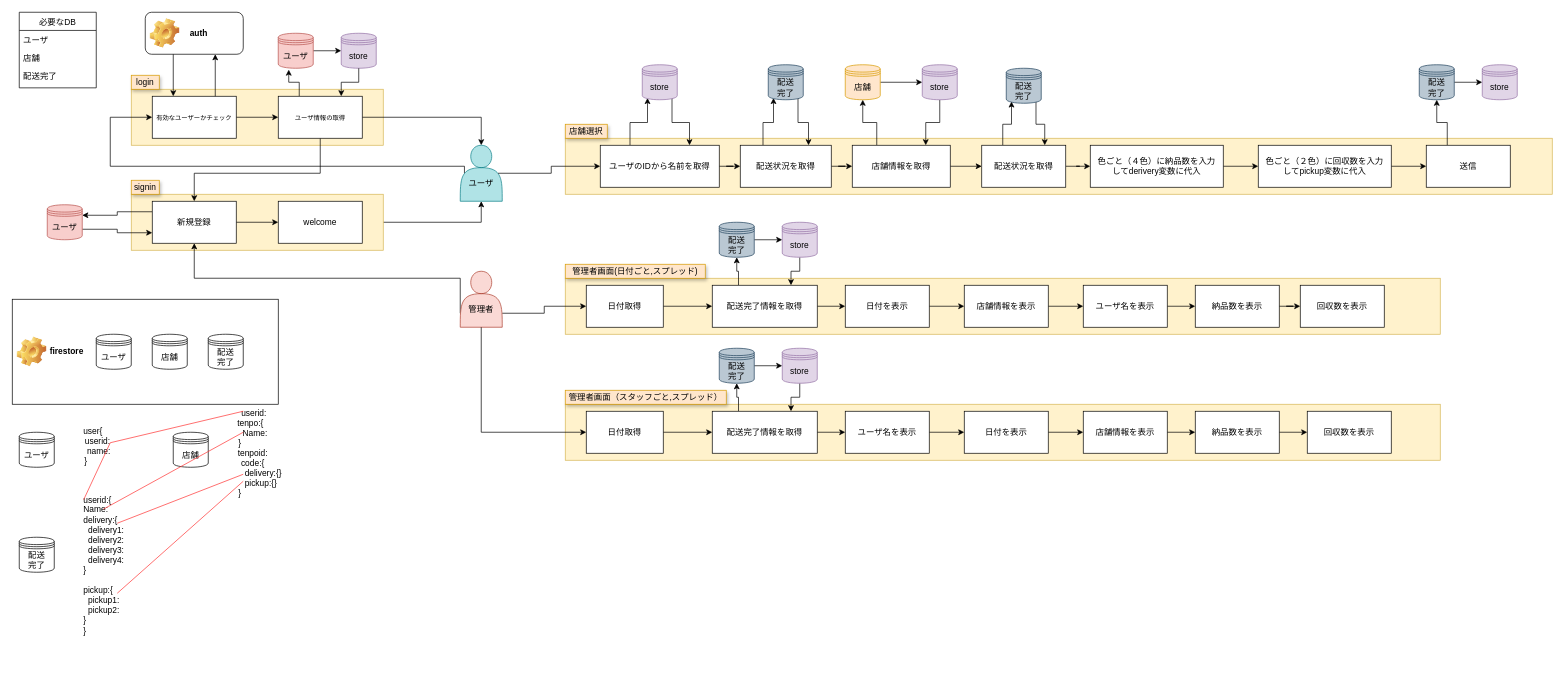
Earlier version of the draw.io diagram 配送webapp.drawio (ryudai-kana/webapp-draw). Source tidied: cells renumbered, new cells numbered last; positions are measured from the earlier drawing's top-left corner, leaving out a move shared by most shapes. Both pictures are drawn from the tidied source at 70%, with x=0, y=0 at pixel (12, 12).
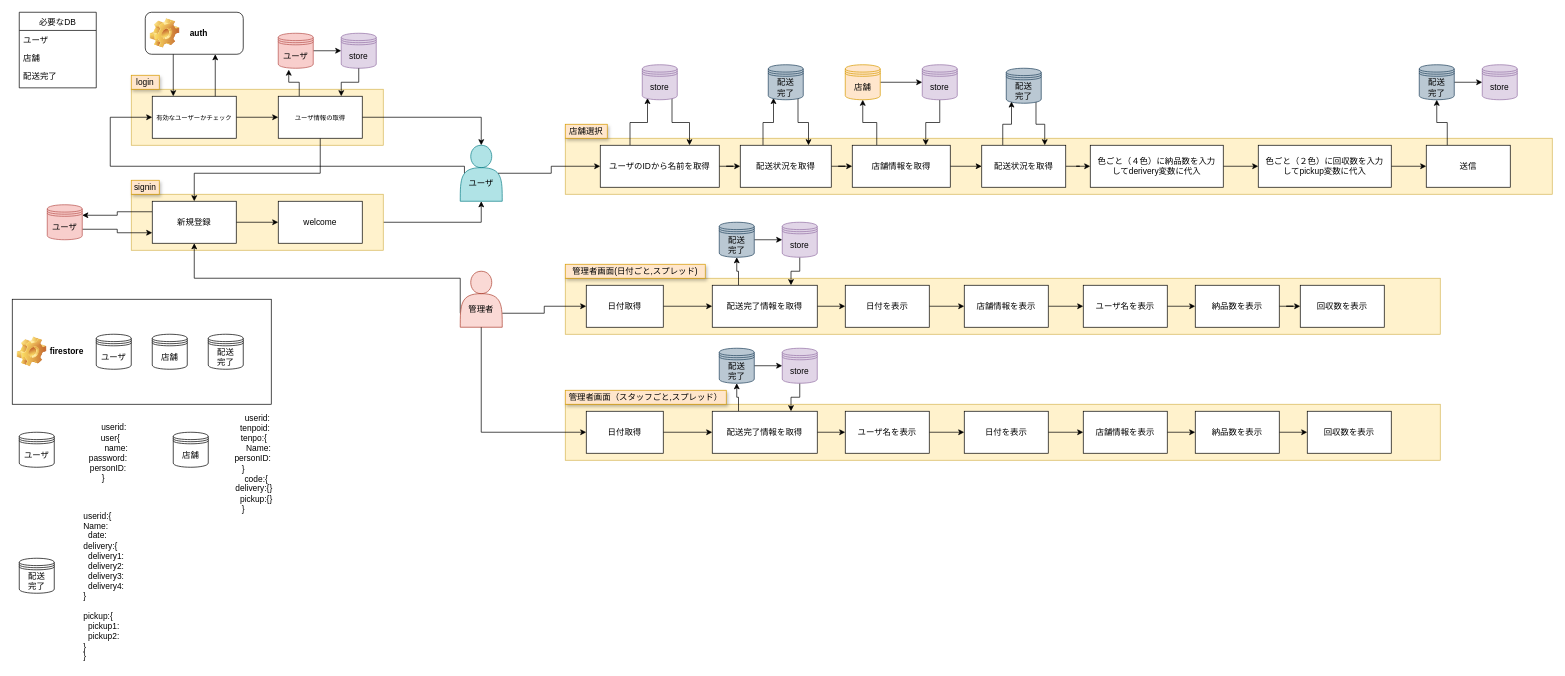
Above is the later version.

Commit message:
配送webapp.drawio を更新します

Diff of the diagram source:
```diff
@@
     <mxCell id="48" value="firestore" style="label;whiteSpace=wrap;html=1;image=img/clipart/Gear_128x128.png;rounded=0;sketch=0;" parent="1" vertex="1">
-      <mxGeometry y="410" width="380" height="150" as="geometry" />
+      <mxGeometry y="410" width="370" height="150" as="geometry" />
     </mxCell>
@@
-    <mxCell id="80" value="&amp;nbsp; &amp;nbsp; &amp;nbsp; user{&lt;br&gt;&amp;nbsp; &amp;nbsp; &amp;nbsp; &amp;nbsp; &amp;nbsp; userid:&lt;br&gt;&amp;nbsp; &amp;nbsp; &amp;nbsp; &amp;nbsp; &amp;nbsp; &amp;nbsp;name:&lt;br&gt;}" style="text;html=1;align=center;verticalAlign=middle;" parent="1" vertex="1">
-      <mxGeometry x="60" y="590" width="90" height="60" as="geometry" />
+    <mxCell id="80" value="&amp;nbsp; &amp;nbsp; &amp;nbsp; &amp;nbsp; &amp;nbsp; &amp;nbsp; &amp;nbsp; &amp;nbsp;userid: &amp;nbsp; &amp;nbsp; &amp;nbsp;&lt;br&gt;&amp;nbsp; &amp;nbsp; &amp;nbsp; user{&lt;br&gt;&amp;nbsp; &amp;nbsp; &amp;nbsp; &amp;nbsp; &amp;nbsp; &amp;nbsp;name:&lt;br&gt;&amp;nbsp; &amp;nbsp; password:&lt;br&gt;&amp;nbsp; &amp;nbsp; personID:&lt;br&gt;}" style="text;html=1;align=center;verticalAlign=middle;" parent="1" vertex="1">
+      <mxGeometry x="70" y="585" width="120" height="90" as="geometry" />
     </mxCell>
@@
-    <mxCell id="82" value="&amp;nbsp; &amp;nbsp; &amp;nbsp; &amp;nbsp; &amp;nbsp; &amp;nbsp; &amp;nbsp; &amp;nbsp; &amp;nbsp;userid: &amp;nbsp; &amp;nbsp;&amp;nbsp;&lt;br&gt;&amp;nbsp; &amp;nbsp; &amp;nbsp; &amp;nbsp; &amp;nbsp;tenpo:{&lt;br&gt;&amp;nbsp; &amp;nbsp; &amp;nbsp; &amp;nbsp; &amp;nbsp; &amp;nbsp; &amp;nbsp;Name:&lt;br&gt;}&lt;br&gt;&amp;nbsp; &amp;nbsp; &amp;nbsp; &amp;nbsp; &amp;nbsp; &amp;nbsp;tenpoid:&lt;br&gt;&amp;nbsp; &amp;nbsp; &amp;nbsp; &amp;nbsp; &amp;nbsp; &amp;nbsp;code:{&lt;br&gt;&amp;nbsp; &amp;nbsp; &amp;nbsp; &amp;nbsp; &amp;nbsp; &amp;nbsp; &amp;nbsp; &amp;nbsp; &amp;nbsp; &amp;nbsp; delivery:{}&lt;br&gt;&amp;nbsp; &amp;nbsp; &amp;nbsp; &amp;nbsp; &amp;nbsp; &amp;nbsp; &amp;nbsp; &amp;nbsp; &amp;nbsp; pickup:{}&lt;br&gt;}" style="text;html=1;align=center;verticalAlign=middle;points=[];" parent="1" vertex="1">
-      <mxGeometry x="260" y="565" width="130" height="130" as="geometry" />
+    <mxCell id="82" value="&amp;nbsp; &amp;nbsp; &amp;nbsp; &amp;nbsp; &amp;nbsp; &amp;nbsp; userid:&lt;br&gt;&amp;nbsp; &amp;nbsp; &amp;nbsp; &amp;nbsp; &amp;nbsp; &amp;nbsp; &amp;nbsp; &amp;nbsp;tenpoid: &amp;nbsp; &amp;nbsp;&amp;nbsp;&lt;br&gt;&amp;nbsp; &amp;nbsp; &amp;nbsp; &amp;nbsp; &amp;nbsp;tenpo:{&lt;br&gt;&amp;nbsp; &amp;nbsp; &amp;nbsp; &amp;nbsp; &amp;nbsp; &amp;nbsp; &amp;nbsp;Name:&lt;br&gt;&amp;nbsp; &amp;nbsp; &amp;nbsp; &amp;nbsp; personID:&lt;br&gt;}&lt;br&gt;&amp;nbsp; &amp;nbsp; &amp;nbsp; &amp;nbsp; &amp;nbsp; &amp;nbsp;code:{&lt;br&gt;&amp;nbsp; &amp;nbsp; &amp;nbsp; &amp;nbsp; &amp;nbsp;delivery:{}&lt;br&gt;&amp;nbsp; &amp;nbsp; &amp;nbsp; &amp;nbsp; &amp;nbsp; &amp;nbsp;pickup:{}&lt;br&gt;}" style="text;html=1;align=center;verticalAlign=middle;points=[];" parent="1" vertex="1">
+      <mxGeometry x="270" y="570" width="120" height="150" as="geometry" />
     </mxCell>
@@
     <mxCell id="84" value="配送&lt;br&gt;完了" style="shape=datastore;whiteSpace=wrap;html=1;" parent="1" vertex="1">
-      <mxGeometry x="10" y="750" width="50" height="50" as="geometry" />
+      <mxGeometry x="10" y="780" width="50" height="50" as="geometry" />
     </mxCell>
-    <mxCell id="85" value="userid:{&lt;br&gt;Name:&lt;br&gt;delivery:{&lt;br&gt;&amp;nbsp; delivery1:&lt;br&gt;&amp;nbsp; delivery2:&lt;br&gt;&amp;nbsp; delivery3:&lt;br&gt;&amp;nbsp; delivery4:&lt;br&gt;}&lt;br&gt;&lt;br&gt;pickup:{&lt;br&gt;&amp;nbsp; pickup1:&lt;br&gt;&amp;nbsp; pickup2:&lt;br&gt;}&lt;br&gt;}" style="text;html=1;align=left;verticalAlign=middle;points=[];" parent="1" vertex="1">
-      <mxGeometry x="100" y="690" width="70" height="200" as="geometry" />
+    <mxCell id="85" value="userid:{&lt;br&gt;Name:&lt;br&gt;&amp;nbsp; date:&lt;br&gt;delivery:{&lt;br&gt;&amp;nbsp; delivery1:&lt;br&gt;&amp;nbsp; delivery2:&lt;br&gt;&amp;nbsp; delivery3:&lt;br&gt;&amp;nbsp; delivery4:&lt;br&gt;}&lt;br&gt;&lt;br&gt;pickup:{&lt;br&gt;&amp;nbsp; pickup1:&lt;br&gt;&amp;nbsp; pickup2:&lt;br&gt;}&lt;br&gt;}" style="text;html=1;align=left;verticalAlign=middle;points=[];" parent="1" vertex="1">
+      <mxGeometry x="100" y="710" width="70" height="220" as="geometry" />
     </mxCell>
@@
-    <mxCell id="98" style="endArrow=none;html=1;entryX=0.029;entryY=0.032;entryDx=0;entryDy=0;entryPerimeter=0;strokeColor=#FF3333;" parent="1" edge="1" target="85">
-      <mxGeometry relative="1" as="geometry">
-        <mxPoint x="140" y="615" as="sourcePoint" />
-      </mxGeometry>
-    </mxCell>
-    <mxCell id="99" style="endArrow=none;html=1;strokeColor=#FF3333;" parent="1" edge="1">
-      <mxGeometry relative="1" as="geometry">
-        <mxPoint x="140" y="615" as="sourcePoint" />
-        <mxPoint x="330" y="570" as="targetPoint" />
-      </mxGeometry>
-    </mxCell>
-    <mxCell id="100" style="endArrow=none;html=1;strokeColor=#FF3333;entryX=0.538;entryY=0.808;entryDx=0;entryDy=0;entryPerimeter=0;" parent="1" edge="1" target="82">
-      <mxGeometry relative="1" as="geometry">
-        <mxPoint x="150" y="830" as="sourcePoint" />
-        <Array as="points">
-          <mxPoint x="150" y="830" />
-        </Array>
-      </mxGeometry>
-    </mxCell>
-    <mxCell id="101" style="endArrow=none;html=1;strokeColor=#FF3333;entryX=0.538;entryY=0.731;entryDx=0;entryDy=0;entryPerimeter=0;" parent="1" edge="1" target="82">
-      <mxGeometry relative="1" as="geometry">
-        <mxPoint x="150" y="730" as="sourcePoint" />
-      </mxGeometry>
-    </mxCell>
-    <mxCell id="102" style="endArrow=none;html=1;strokeColor=#FF3333;" parent="1" edge="1">
-      <mxGeometry relative="1" as="geometry">
-        <mxPoint x="130" y="710" as="sourcePoint" />
-        <mxPoint x="330" y="600" as="targetPoint" />
-      </mxGeometry>
-    </mxCell>
```
